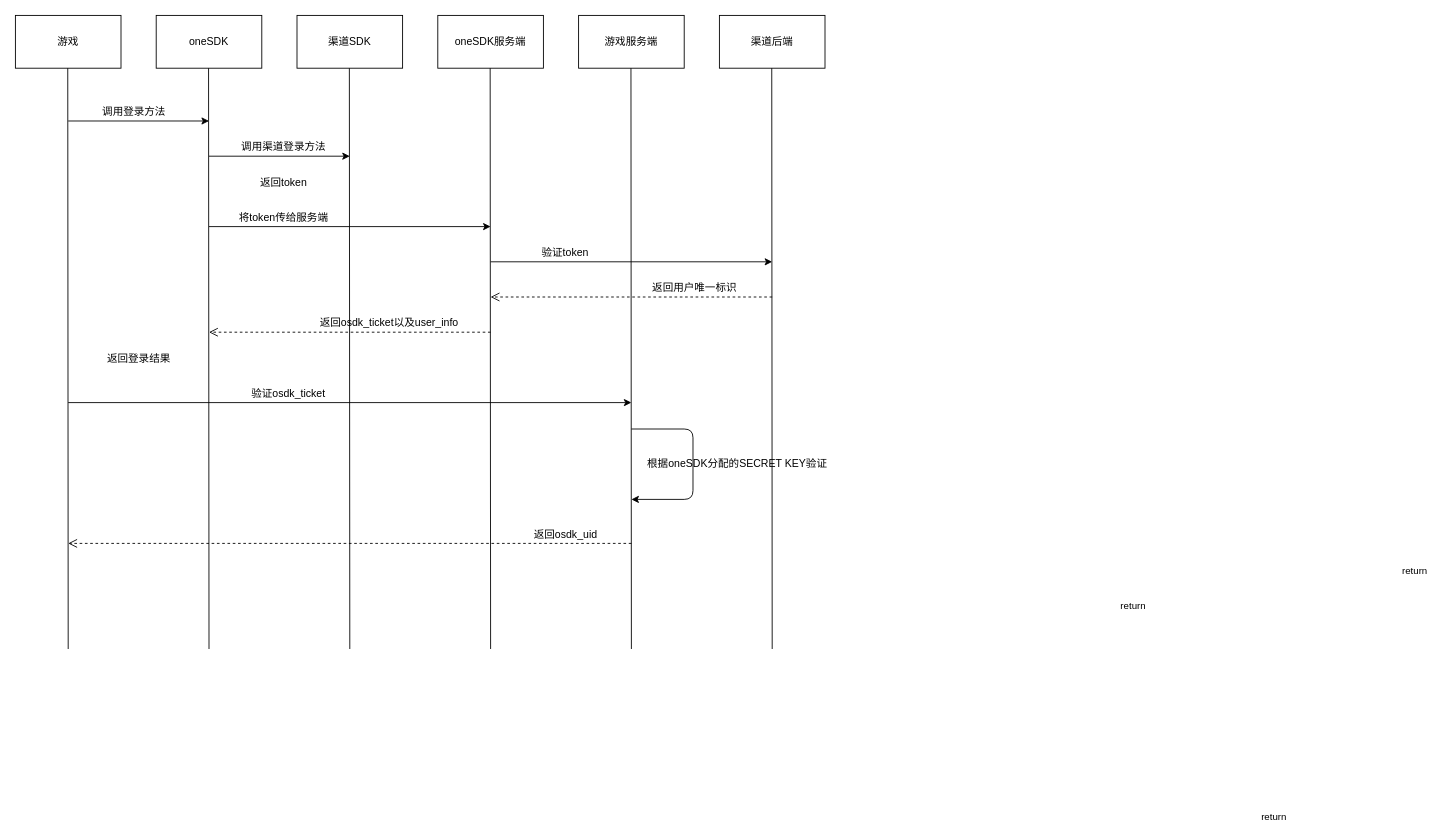
Before: 登录流程.drawio in chenchaoPgy/beisaier, a draw.io diagram. Source tidied: cells renumbered, new cells numbered last; positions are measured from the earlier drawing's top-left corner, leaving out a move shared by most shapes. Both pictures are drawn from the tidied source at 88%, with x=0, y=0 at pixel (15, 15).
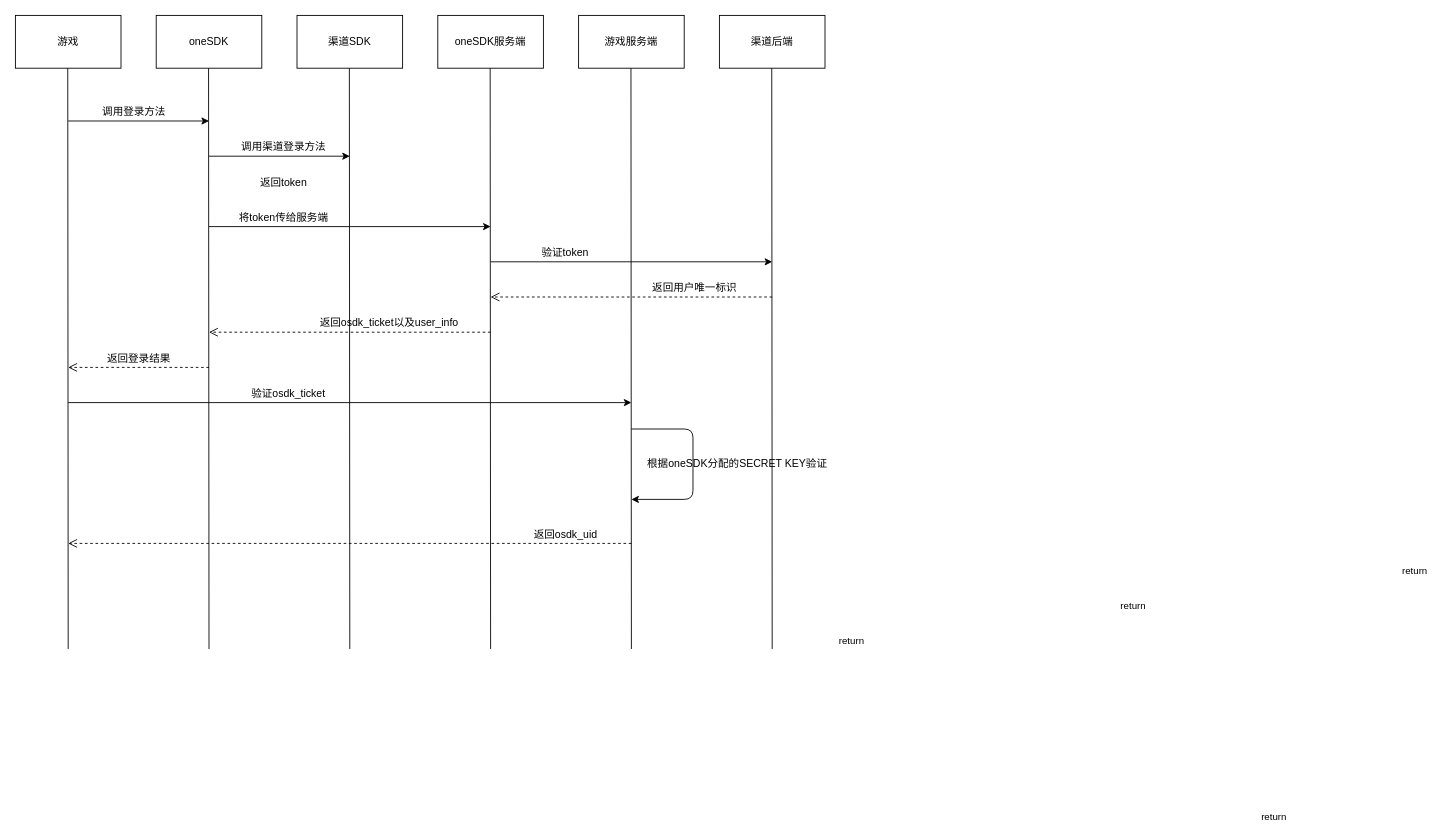
After the change.

What changed in the source:
```diff
@@
+    <mxCell id="34" value="return" style="html=1;verticalAlign=bottom;endArrow=open;dashed=1;endSize=8;" parent="1" edge="1">
+      <mxGeometry x="-1" y="797" relative="1" as="geometry">
+        <mxPoint x="220" y="400" as="sourcePoint" />
+        <mxPoint x="60" y="400" as="targetPoint" />
+        <mxPoint x="730" y="-477" as="offset" />
+      </mxGeometry>
+    </mxCell>
```
